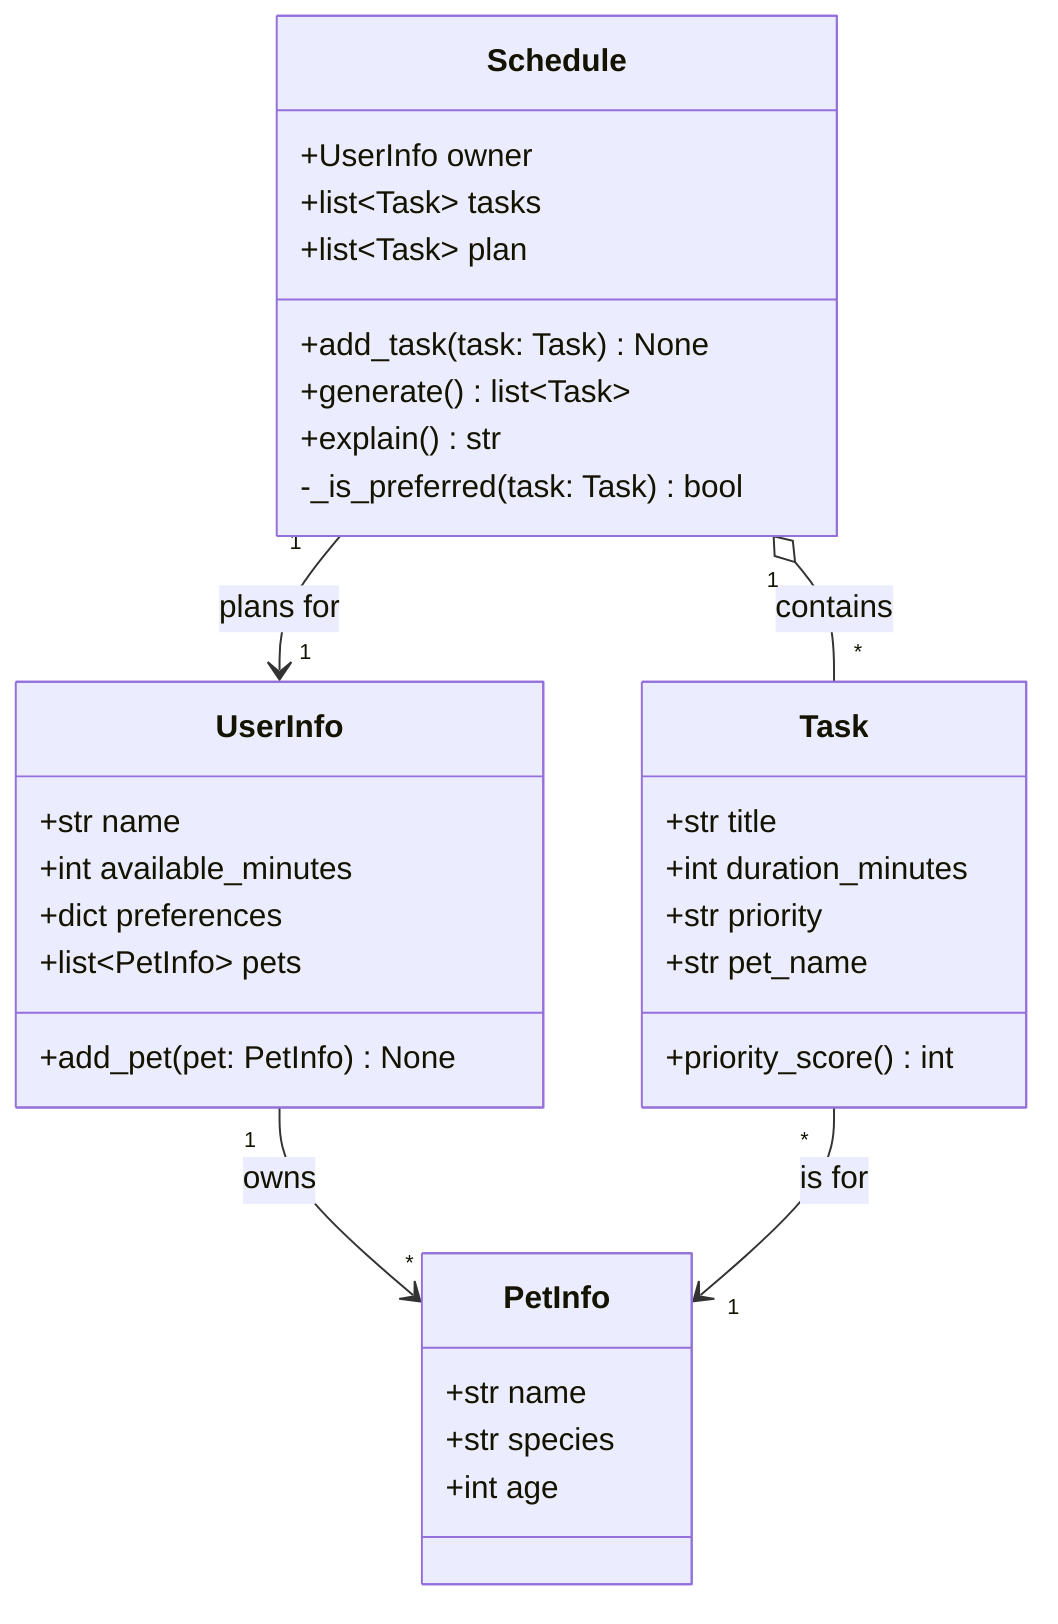
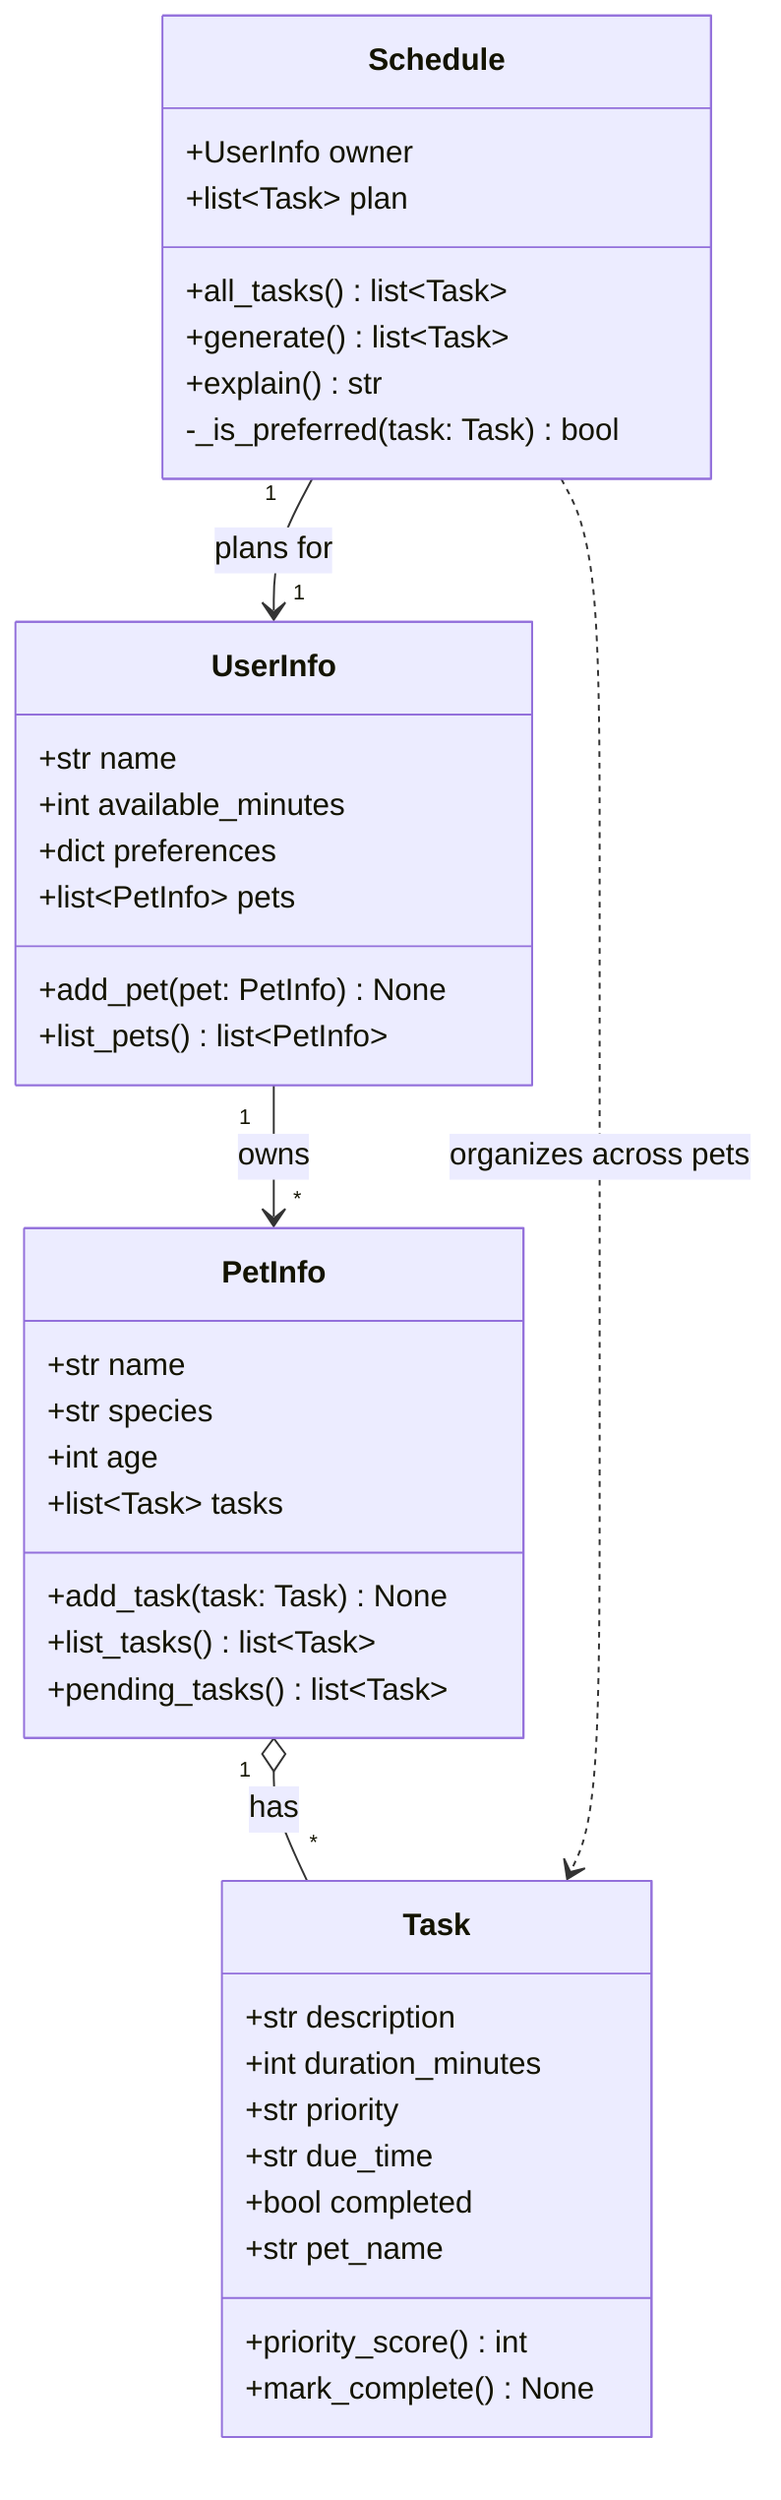
classDiagram
+ 
+     class Task {
+         +str description
+         +int duration_minutes
+         +str priority
+         +str due_time
+         +bool completed
+         +str pet_name
+         +priority_score() int
+         +mark_complete() None
+     }
+ 
+ 
+     class PetInfo {
+         +str name
+         +str species
+         +int age
+         +list~Task~ tasks
+         +add_task(task: Task) None
+         +list_tasks() list~Task~
+         +pending_tasks() list~Task~
+     }
+ 

    class UserInfo {
        +str name
        +int available_minutes
        +dict preferences
        +list~PetInfo~ pets
        +add_pet(pet: PetInfo) None
-     }
- 
- 
-     class PetInfo {
-         +str name
-         +str species
-         +int age
-     }
- 
- 
-     class Task {
-         +str title
-         +int duration_minutes
-         +str priority
-         +str pet_name
-         +priority_score() int
+         +list_pets() list~PetInfo~
    }


    class Schedule {
        +UserInfo owner
-         +list~Task~ tasks
        +list~Task~ plan
-         +add_task(task: Task) None
+         +all_tasks() list~Task~
        +generate() list~Task~
        +explain() str
        -_is_preferred(task: Task) bool
    }


    UserInfo "1" --> "*" PetInfo : owns
-     Schedule "1" o-- "*" Task : contains
+     PetInfo "1" o-- "*" Task : has
    Schedule "1" --> "1" UserInfo : plans for
-     Task "*" --> "1" PetInfo : is for
+     Schedule ..> Task : organizes across pets
